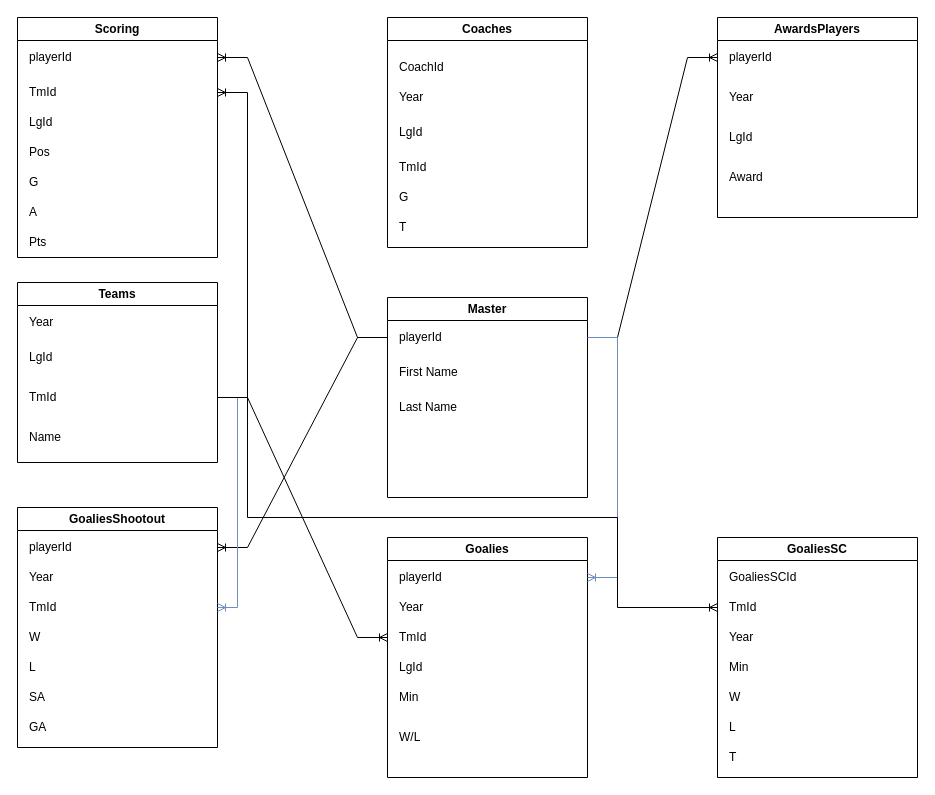
Above: Untitled Diagram.drawio in itudb2241/itudb2241 (draw.io), before the change. Source tidied: cells renumbered, new cells numbered last; positions are measured from the earlier drawing's top-left corner, leaving out a move shared by most shapes. Both pictures are drawn from the tidied source at 100%, with x=0, y=0 at pixel (17, 17).
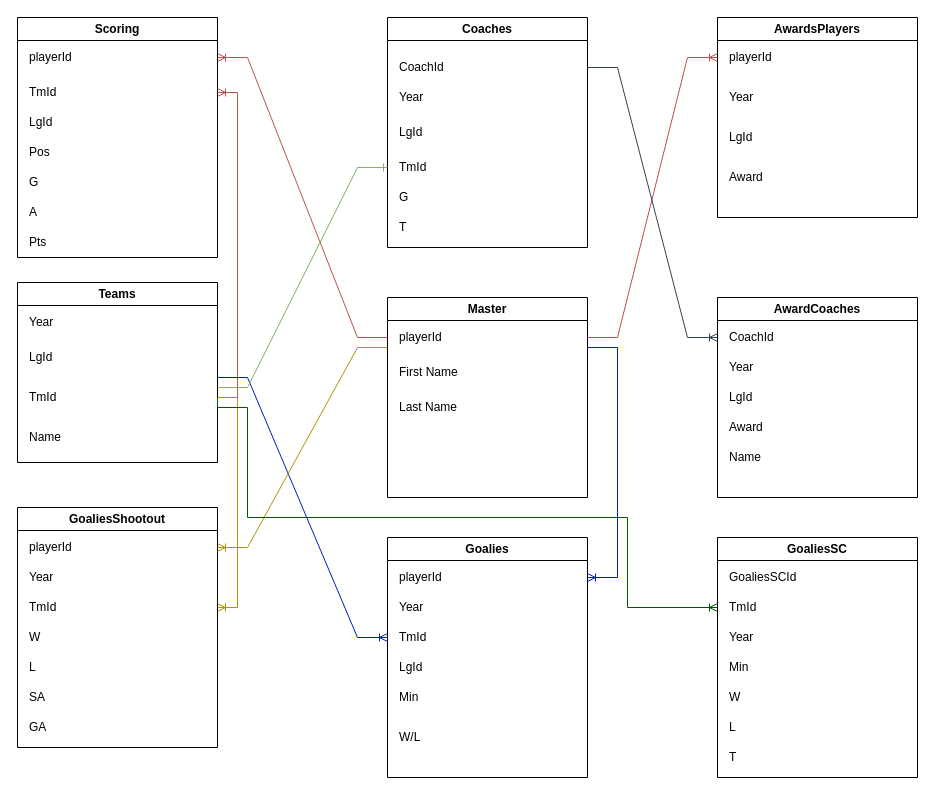
The same diagram, later.

Commit message:
AwardCoaches relation added, completed ER Diagram

Unchanged cells that the change refers to:
```xml
<mxCell id="3" value="playerId" style="text;html=1;strokeColor=none;fillColor=none;align=left;verticalAlign=middle;whiteSpace=wrap;rounded=0;spacingLeft=10;" parent="2" vertex="1">
  <mxGeometry y="20" width="200" height="40" as="geometry" />
</mxCell>
<mxCell id="4" value="TmId" style="text;html=1;strokeColor=none;fillColor=none;align=left;verticalAlign=middle;whiteSpace=wrap;rounded=0;spacingLeft=10;" parent="2" vertex="1">
  <mxGeometry y="60" width="200" height="30" as="geometry" />
</mxCell>
<mxCell id="14" value="TmId" style="text;html=1;strokeColor=none;fillColor=none;align=left;verticalAlign=middle;whiteSpace=wrap;rounded=0;spacingLeft=10;" parent="11" vertex="1">
  <mxGeometry y="95" width="200" height="40" as="geometry" />
</mxCell>
<mxCell id="17" value="playerId" style="text;html=1;strokeColor=none;fillColor=none;align=left;verticalAlign=middle;whiteSpace=wrap;rounded=0;spacingLeft=10;" parent="16" vertex="1">
  <mxGeometry y="20" width="200" height="40" as="geometry" />
</mxCell>
<mxCell id="25" value="playerId" style="text;html=1;strokeColor=none;fillColor=none;align=left;verticalAlign=middle;whiteSpace=wrap;rounded=0;spacingLeft=10;" parent="21" vertex="1">
  <mxGeometry y="20" width="200" height="40" as="geometry" />
</mxCell>
<mxCell id="28" value="playerId" style="text;html=1;strokeColor=none;fillColor=none;align=left;verticalAlign=middle;whiteSpace=wrap;rounded=0;spacingLeft=10;" parent="27" vertex="1">
  <mxGeometry y="20" width="200" height="40" as="geometry" />
</mxCell>
<mxCell id="30" value="TmId" style="text;html=1;strokeColor=none;fillColor=none;align=left;verticalAlign=middle;whiteSpace=wrap;rounded=0;spacingLeft=10;" parent="27" vertex="1">
  <mxGeometry y="80" width="200" height="40" as="geometry" />
</mxCell>
<mxCell id="37" value="playerId" style="text;html=1;strokeColor=none;fillColor=none;align=left;verticalAlign=middle;whiteSpace=wrap;rounded=0;spacingLeft=10;" parent="36" vertex="1">
  <mxGeometry y="20" width="200" height="40" as="geometry" />
</mxCell>
<mxCell id="39" value="TmId" style="text;html=1;strokeColor=none;fillColor=none;align=left;verticalAlign=middle;whiteSpace=wrap;rounded=0;spacingLeft=10;" parent="36" vertex="1">
  <mxGeometry y="80" width="200" height="40" as="geometry" />
</mxCell>
<mxCell id="52" value="TmId" style="text;html=1;strokeColor=none;fillColor=none;align=left;verticalAlign=middle;whiteSpace=wrap;rounded=0;spacingLeft=10;" parent="46" vertex="1">
  <mxGeometry y="50" width="200" height="40" as="geometry" />
</mxCell>
<mxCell id="61" value="CoachId" style="text;html=1;strokeColor=none;fillColor=none;align=left;verticalAlign=middle;whiteSpace=wrap;rounded=0;spacingLeft=10;" parent="55" vertex="1">
  <mxGeometry y="30" width="200" height="40" as="geometry" />
</mxCell>
```

Diff of the diagram source:
```diff
@@
-    <mxCell id="10" style="edgeStyle=entityRelationEdgeStyle;fontSize=12;html=1;endArrow=ERoneToMany;rounded=0;entryX=1;entryY=0.5;entryDx=0;entryDy=0;exitX=1;exitY=0.5;exitDx=0;exitDy=0;" parent="1" edge="1" source="14" target="4">
-      <mxGeometry relative="1" as="geometry" />
+    <mxCell id="10" style="edgeStyle=orthogonalEdgeStyle;fontSize=12;html=1;endArrow=ERoneToMany;rounded=0;entryX=1;entryY=0.5;entryDx=0;entryDy=0;exitX=1;exitY=0.5;exitDx=0;exitDy=0;fillColor=#f8cecc;strokeColor=#b85450;" parent="1" edge="1" source="14" target="4">
+      <mxGeometry relative="1" as="geometry">
+        <Array as="points">
+          <mxPoint x="220" y="380" />
+          <mxPoint x="220" y="75" />
+        </Array>
+      </mxGeometry>
     </mxCell>
@@
-    <mxCell id="20" style="edgeStyle=entityRelationEdgeStyle;fontSize=12;html=1;endArrow=ERoneToMany;rounded=0;entryX=1;entryY=0.5;entryDx=0;entryDy=0;exitX=0;exitY=0.5;exitDx=0;exitDy=0;" parent="1" edge="1" source="17" target="3">
+    <mxCell id="20" style="edgeStyle=entityRelationEdgeStyle;fontSize=12;html=1;endArrow=ERoneToMany;rounded=0;entryX=1;entryY=0.5;entryDx=0;entryDy=0;exitX=0;exitY=0.5;exitDx=0;exitDy=0;fillColor=#f8cecc;strokeColor=#b85450;" parent="1" edge="1" source="17" target="3">
       <mxGeometry relative="1" as="geometry" />
     </mxCell>
@@
-    <mxCell id="26" style="edgeStyle=entityRelationEdgeStyle;fontSize=12;html=1;endArrow=ERoneToMany;rounded=0;entryX=0;entryY=0.5;entryDx=0;entryDy=0;exitX=1;exitY=0.5;exitDx=0;exitDy=0;" parent="1" edge="1" source="17" target="25">
+    <mxCell id="26" style="edgeStyle=entityRelationEdgeStyle;fontSize=12;html=1;endArrow=ERoneToMany;rounded=0;entryX=0;entryY=0.5;entryDx=0;entryDy=0;exitX=1;exitY=0.5;exitDx=0;exitDy=0;fillColor=#f8cecc;strokeColor=#b85450;" parent="1" edge="1" source="17" target="25">
       <mxGeometry x="0.88" relative="1" as="geometry" />
     </mxCell>
@@
-    <mxCell id="34" style="edgeStyle=entityRelationEdgeStyle;fontSize=12;html=1;endArrow=ERoneToMany;rounded=0;entryX=0;entryY=0.5;entryDx=0;entryDy=0;exitX=1;exitY=0.5;exitDx=0;exitDy=0;" parent="1" edge="1" source="14" target="30">
+    <mxCell id="34" style="edgeStyle=entityRelationEdgeStyle;fontSize=12;html=1;endArrow=ERoneToMany;rounded=0;entryX=0;entryY=0.5;entryDx=0;entryDy=0;exitX=1;exitY=0;exitDx=0;exitDy=0;fillColor=#0050ef;strokeColor=#001DBC;" parent="1" edge="1" source="14" target="30">
       <mxGeometry x="-1" y="-199" relative="1" as="geometry">
         <mxPoint x="-190" y="-139" as="offset" />
       </mxGeometry>
     </mxCell>
-    <mxCell id="35" style="edgeStyle=orthogonalEdgeStyle;fontSize=12;html=1;endArrow=ERoneToMany;rounded=0;fillColor=#dae8fc;strokeColor=#6c8ebf;exitX=1;exitY=0.5;exitDx=0;exitDy=0;entryX=1;entryY=0.5;entryDx=0;entryDy=0;" parent="1" edge="1" source="17" target="28">
+    <mxCell id="35" style="edgeStyle=orthogonalEdgeStyle;fontSize=12;html=1;endArrow=ERoneToMany;rounded=0;fillColor=#0050ef;strokeColor=#001DBC;exitX=1;exitY=0.75;exitDx=0;exitDy=0;entryX=1;entryY=0.5;entryDx=0;entryDy=0;" parent="1" edge="1" source="17" target="28">
       <mxGeometry x="-1" y="-110" relative="1" as="geometry">
         <Array as="points">
-          <mxPoint x="600" y="320" />
+          <mxPoint x="600" y="330" />
           <mxPoint x="600" y="560" />
         </Array>
         <mxPoint x="-110" y="-100" as="offset" />
       </mxGeometry>
     </mxCell>
@@
-    <mxCell id="44" style="edgeStyle=entityRelationEdgeStyle;fontSize=12;html=1;endArrow=ERoneToMany;rounded=0;entryX=1;entryY=0.5;entryDx=0;entryDy=0;exitX=0;exitY=0.5;exitDx=0;exitDy=0;" parent="1" edge="1" source="17" target="37">
+    <mxCell id="44" style="edgeStyle=entityRelationEdgeStyle;fontSize=12;html=1;endArrow=ERoneToMany;rounded=0;entryX=1;entryY=0.5;entryDx=0;entryDy=0;exitX=0;exitY=0.75;exitDx=0;exitDy=0;fillColor=#e3c800;strokeColor=#B09500;" parent="1" edge="1" source="17" target="37">
       <mxGeometry x="-1" relative="1" as="geometry" />
     </mxCell>
-    <mxCell id="45" style="edgeStyle=orthogonalEdgeStyle;fontSize=12;html=1;endArrow=ERoneToMany;rounded=0;entryX=1;entryY=0.5;entryDx=0;entryDy=0;fillColor=#dae8fc;strokeColor=#6c8ebf;" parent="1" edge="1" target="39">
+    <mxCell id="45" style="edgeStyle=orthogonalEdgeStyle;fontSize=12;html=1;endArrow=ERoneToMany;rounded=0;entryX=1;entryY=0.5;entryDx=0;entryDy=0;fillColor=#e3c800;strokeColor=#B09500;" parent="1" edge="1" target="39">
       <mxGeometry relative="1" as="geometry">
-        <mxPoint x="210" y="380" as="sourcePoint" />
+        <mxPoint x="200" y="380" as="sourcePoint" />
         <Array as="points">
           <mxPoint x="220" y="380" />
           <mxPoint x="220" y="590" />
         </Array>
       </mxGeometry>
     </mxCell>
@@
-    <mxCell id="54" style="edgeStyle=orthogonalEdgeStyle;fontSize=12;html=1;endArrow=ERoneToMany;rounded=0;exitX=1;exitY=0.5;exitDx=0;exitDy=0;entryX=0;entryY=0.5;entryDx=0;entryDy=0;" parent="1" edge="1" source="14" target="52">
+    <mxCell id="54" style="edgeStyle=orthogonalEdgeStyle;fontSize=12;html=1;endArrow=ERoneToMany;rounded=0;exitX=1;exitY=0.5;exitDx=0;exitDy=0;entryX=0;entryY=0.5;entryDx=0;entryDy=0;fillColor=#008a00;strokeColor=#005700;" parent="1" edge="1" source="14" target="52">
       <mxGeometry relative="1" as="geometry">
         <Array as="points">
-          <mxPoint x="230" y="380" />
+          <mxPoint x="200" y="390" />
+          <mxPoint x="230" y="390" />
           <mxPoint x="230" y="500" />
-          <mxPoint x="600" y="500" />
-          <mxPoint x="600" y="590" />
+          <mxPoint x="610" y="500" />
+          <mxPoint x="610" y="590" />
         </Array>
       </mxGeometry>
     </mxCell>
@@
+    <mxCell id="62" style="edgeStyle=entityRelationEdgeStyle;fontSize=12;html=1;endArrow=ERone;endFill=1;rounded=0;fillColor=#d5e8d4;strokeColor=#82b366;exitX=1;exitY=0.25;exitDx=0;exitDy=0;" parent="1" edge="1" source="14">
+      <mxGeometry relative="1" as="geometry">
+        <mxPoint x="370" y="150" as="targetPoint" />
+      </mxGeometry>
+    </mxCell>
+    <mxCell id="63" value="AwardCoaches" style="swimlane;whiteSpace=wrap;html=1;" parent="1" vertex="1">
+      <mxGeometry x="700" y="280" width="200" height="200" as="geometry" />
+    </mxCell>
+    <mxCell id="64" value="CoachId" style="text;html=1;strokeColor=none;fillColor=none;align=left;verticalAlign=middle;whiteSpace=wrap;rounded=0;spacingLeft=10;" parent="63" vertex="1">
+      <mxGeometry y="20" width="200" height="40" as="geometry" />
+    </mxCell>
+    <mxCell id="65" value="Year" style="text;html=1;strokeColor=none;fillColor=none;align=left;verticalAlign=middle;whiteSpace=wrap;rounded=0;spacingLeft=10;" parent="63" vertex="1">
+      <mxGeometry y="50" width="200" height="40" as="geometry" />
+    </mxCell>
+    <mxCell id="66" value="LgId" style="text;html=1;strokeColor=none;fillColor=none;align=left;verticalAlign=middle;whiteSpace=wrap;rounded=0;spacingLeft=10;" parent="63" vertex="1">
+      <mxGeometry y="80" width="200" height="40" as="geometry" />
+    </mxCell>
+    <mxCell id="67" value="Award" style="text;html=1;strokeColor=none;fillColor=none;align=left;verticalAlign=middle;whiteSpace=wrap;rounded=0;spacingLeft=10;" parent="63" vertex="1">
+      <mxGeometry y="110" width="200" height="40" as="geometry" />
+    </mxCell>
+    <mxCell id="68" value="Name" style="text;html=1;strokeColor=none;fillColor=none;align=left;verticalAlign=middle;whiteSpace=wrap;rounded=0;spacingLeft=10;" parent="63" vertex="1">
+      <mxGeometry y="140" width="200" height="40" as="geometry" />
+    </mxCell>
+    <mxCell id="69" style="edgeStyle=entityRelationEdgeStyle;fontSize=12;html=1;endArrow=ERoneToMany;rounded=0;entryX=0;entryY=0.5;entryDx=0;entryDy=0;exitX=1;exitY=0.5;exitDx=0;exitDy=0;fillColor=#647687;strokeColor=#314354;" parent="1" edge="1" source="61" target="64">
+      <mxGeometry relative="1" as="geometry" />
+    </mxCell>
```
